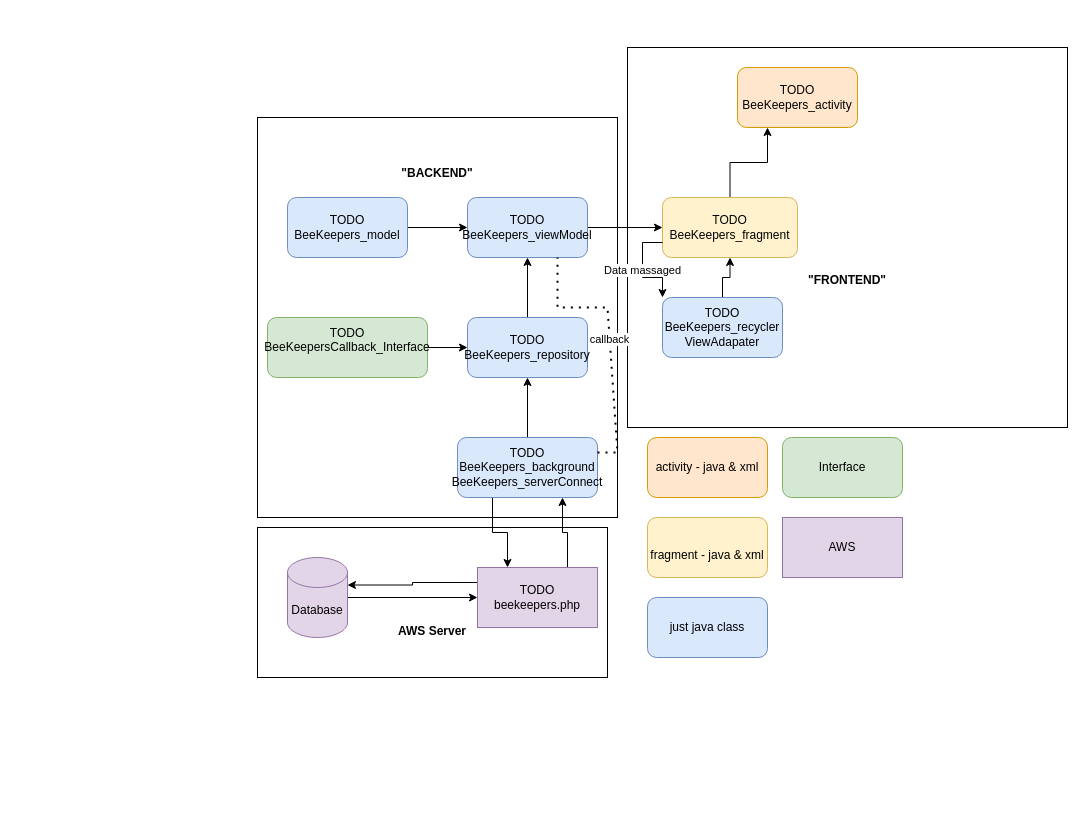
BenBladow/rw_android_uml keeps this draw.io diagram as page "BeeKeepers" (3 of 3) of Untitled Diagram.drawio. Above is the earlier version. Source tidied: cells renumbered, new cells numbered last; positions are measured from the earlier drawing's top-left corner, leaving out a move shared by most shapes. Both pictures are drawn from the tidied source at 100%, with x=0, y=0 at pixel (257, 47).
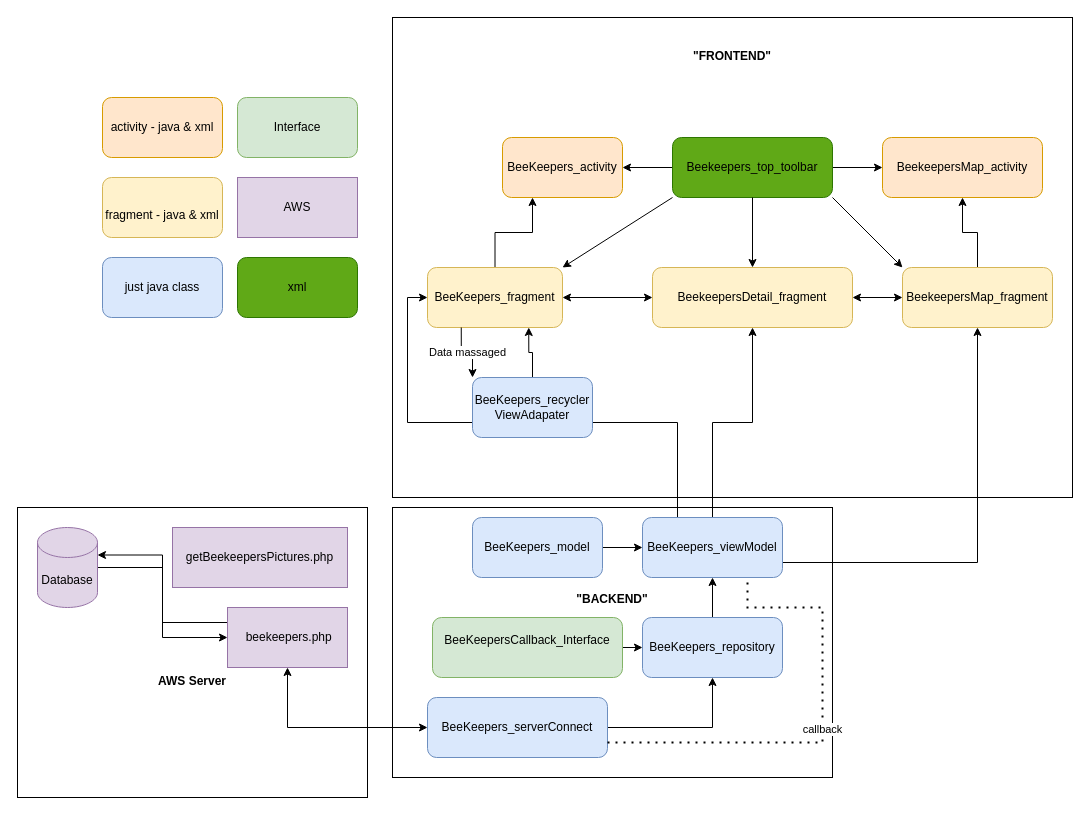
Above is the later version.

What changed in the source:
```diff
@@
-    <mxCell id="2" value="&lt;div&gt;&lt;br&gt;&lt;/div&gt;&lt;div&gt;&lt;br&gt;&lt;/div&gt;&lt;div&gt;&lt;br&gt;&lt;/div&gt;&lt;div&gt;&lt;br&gt;&lt;/div&gt;&lt;div&gt;&lt;br&gt;&lt;/div&gt;&lt;div&gt;&lt;br&gt;&lt;/div&gt;&lt;div&gt;&lt;b&gt;&quot;FRONTEND&quot;&lt;/b&gt;&lt;br&gt;&lt;/div&gt;" style="rounded=0;whiteSpace=wrap;html=1;" parent="1" vertex="1">
-      <mxGeometry x="370" width="440" height="380" as="geometry" />
+    <mxCell id="2" value="&lt;div&gt;&lt;b&gt;&quot;FRONTEND&quot;&lt;/b&gt;&lt;/div&gt;&lt;div&gt;&lt;b&gt;&lt;br&gt;&lt;/b&gt;&lt;/div&gt;&lt;div&gt;&lt;b&gt;&lt;br&gt;&lt;/b&gt;&lt;/div&gt;&lt;div&gt;&lt;b&gt;&lt;br&gt;&lt;/b&gt;&lt;/div&gt;&lt;div&gt;&lt;b&gt;&lt;br&gt;&lt;/b&gt;&lt;/div&gt;&lt;div&gt;&lt;b&gt;&lt;br&gt;&lt;/b&gt;&lt;/div&gt;&lt;div&gt;&lt;b&gt;&lt;br&gt;&lt;/b&gt;&lt;/div&gt;&lt;div&gt;&lt;b&gt;&lt;br&gt;&lt;/b&gt;&lt;/div&gt;&lt;div&gt;&lt;b&gt;&lt;br&gt;&lt;/b&gt;&lt;/div&gt;&lt;div&gt;&lt;b&gt;&lt;br&gt;&lt;/b&gt;&lt;/div&gt;&lt;div&gt;&lt;b&gt;&lt;br&gt;&lt;/b&gt;&lt;/div&gt;&lt;div&gt;&lt;b&gt;&lt;br&gt;&lt;/b&gt;&lt;/div&gt;&lt;div&gt;&lt;b&gt;&lt;br&gt;&lt;/b&gt;&lt;/div&gt;&lt;div&gt;&lt;b&gt;&lt;br&gt;&lt;/b&gt;&lt;/div&gt;&lt;div&gt;&lt;b&gt;&lt;br&gt;&lt;/b&gt;&lt;/div&gt;&lt;div&gt;&lt;b&gt;&lt;br&gt;&lt;/b&gt;&lt;/div&gt;&lt;div&gt;&lt;b&gt;&lt;br&gt;&lt;/b&gt;&lt;/div&gt;&lt;div&gt;&lt;b&gt;&lt;br&gt;&lt;/b&gt;&lt;/div&gt;&lt;div&gt;&lt;b&gt;&lt;br&gt;&lt;/b&gt;&lt;/div&gt;&lt;div&gt;&lt;b&gt;&lt;br&gt;&lt;/b&gt;&lt;/div&gt;&lt;div&gt;&lt;b&gt;&lt;br&gt;&lt;/b&gt;&lt;/div&gt;&lt;div&gt;&lt;b&gt;&lt;br&gt;&lt;/b&gt;&lt;/div&gt;&lt;div&gt;&lt;b&gt;&lt;br&gt;&lt;/b&gt;&lt;/div&gt;&lt;div&gt;&lt;b&gt;&lt;br&gt;&lt;/b&gt;&lt;/div&gt;&lt;div&gt;&lt;b&gt;&lt;br&gt;&lt;/b&gt;&lt;/div&gt;&lt;div&gt;&lt;b&gt;&lt;br&gt;&lt;/b&gt;&lt;/div&gt;&lt;div&gt;&lt;b&gt;&lt;br&gt;&lt;/b&gt;&lt;/div&gt;&lt;div&gt;&lt;b&gt;&lt;br&gt;&lt;/b&gt;&lt;/div&gt;&lt;div&gt;&lt;b&gt;&lt;br&gt;&lt;/b&gt;&lt;/div&gt;" style="rounded=0;whiteSpace=wrap;html=1;" parent="1" vertex="1">
+      <mxGeometry x="135" y="-30" width="680" height="480" as="geometry" />
     </mxCell>
-    <mxCell id="3" value="&lt;div&gt;&lt;b&gt;&quot;BACKEND&quot;&lt;br&gt;&lt;/b&gt;&lt;/div&gt;&lt;div&gt;&lt;b&gt;&lt;br&gt;&lt;/b&gt;&lt;/div&gt;&lt;div&gt;&lt;b&gt;&lt;br&gt;&lt;/b&gt;&lt;/div&gt;&lt;div&gt;&lt;b&gt;&lt;br&gt;&lt;/b&gt;&lt;/div&gt;&lt;div&gt;&lt;b&gt;&lt;br&gt;&lt;/b&gt;&lt;/div&gt;&lt;div&gt;&lt;b&gt;&lt;br&gt;&lt;/b&gt;&lt;/div&gt;&lt;div&gt;&lt;b&gt;&lt;br&gt;&lt;/b&gt;&lt;/div&gt;&lt;div&gt;&lt;b&gt;&lt;br&gt;&lt;/b&gt;&lt;/div&gt;&lt;div&gt;&lt;b&gt;&lt;br&gt;&lt;/b&gt;&lt;/div&gt;&lt;div&gt;&lt;b&gt;&lt;br&gt;&lt;/b&gt;&lt;/div&gt;&lt;div&gt;&lt;b&gt;&lt;br&gt;&lt;/b&gt;&lt;/div&gt;&lt;div&gt;&lt;b&gt;&lt;br&gt;&lt;/b&gt;&lt;/div&gt;&lt;div&gt;&lt;b&gt;&lt;br&gt;&lt;/b&gt;&lt;/div&gt;&lt;div&gt;&lt;b&gt;&lt;br&gt;&lt;/b&gt;&lt;/div&gt;&lt;div&gt;&lt;b&gt;&lt;br&gt;&lt;/b&gt;&lt;/div&gt;&lt;div&gt;&lt;b&gt;&lt;br&gt;&lt;/b&gt;&lt;/div&gt;&lt;div&gt;&lt;b&gt;&lt;br&gt;&lt;/b&gt;&lt;/div&gt;&lt;div&gt;&lt;b&gt;&lt;br&gt;&lt;/b&gt;&lt;/div&gt;&lt;div&gt;&lt;b&gt;&lt;br&gt;&lt;/b&gt;&lt;/div&gt;&lt;div&gt;&lt;b&gt;&lt;br&gt;&lt;/b&gt;&lt;/div&gt;&lt;div&gt;&lt;b&gt;&lt;br&gt;&lt;/b&gt;&lt;/div&gt;" style="rounded=0;whiteSpace=wrap;html=1;" parent="1" vertex="1">
-      <mxGeometry y="70" width="360" height="400" as="geometry" />
+    <mxCell id="3" value="&lt;b&gt;&quot;BACKEND&quot;&lt;br&gt;&lt;/b&gt;&lt;div&gt;&lt;b&gt;&lt;br&gt;&lt;/b&gt;&lt;/div&gt;&lt;div&gt;&lt;b&gt;&lt;br&gt;&lt;/b&gt;&lt;/div&gt;&lt;div&gt;&lt;b&gt;&lt;br&gt;&lt;/b&gt;&lt;/div&gt;&lt;div&gt;&lt;b&gt;&lt;br&gt;&lt;/b&gt;&lt;/div&gt;&lt;div&gt;&lt;b&gt;&lt;br&gt;&lt;/b&gt;&lt;/div&gt;&lt;div&gt;&lt;b&gt;&lt;br&gt;&lt;/b&gt;&lt;/div&gt;" style="rounded=0;whiteSpace=wrap;html=1;" parent="1" vertex="1">
+      <mxGeometry x="135" y="460" width="440" height="270" as="geometry" />
     </mxCell>
     <mxCell id="4" value="&lt;div&gt;&lt;br&gt;&lt;/div&gt;&lt;div&gt;&lt;br&gt;&lt;/div&gt;&lt;div&gt;&lt;br&gt;&lt;/div&gt;&lt;div&gt;&lt;br&gt;&lt;/div&gt;&lt;div&gt;&lt;b&gt;AWS Server&lt;/b&gt;&lt;br&gt;&lt;/div&gt;" style="rounded=0;whiteSpace=wrap;html=1;" parent="1" vertex="1">
-      <mxGeometry y="480" width="350" height="150" as="geometry" />
+      <mxGeometry x="-240" y="460" width="350" height="290" as="geometry" />
     </mxCell>
@@
-    <mxCell id="6" value="&lt;div&gt;TODO&lt;/div&gt;&lt;div&gt;BeeKeepers_model&lt;/div&gt;" style="rounded=1;whiteSpace=wrap;html=1;fillColor=#dae8fc;strokeColor=#6c8ebf;" parent="1" vertex="1">
-      <mxGeometry x="30" y="150" width="120" height="60" as="geometry" />
+    <mxCell id="6" value="&lt;div&gt;BeeKeepers_model&lt;/div&gt;" style="rounded=1;whiteSpace=wrap;html=1;fillColor=#dae8fc;strokeColor=#6c8ebf;" parent="1" vertex="1">
+      <mxGeometry x="215" y="470" width="130" height="60" as="geometry" />
     </mxCell>
-    <mxCell id="7" value="&lt;div&gt;TODO&lt;br&gt;&lt;/div&gt;&lt;div&gt;BeeKeepers_activity&lt;/div&gt;" style="rounded=1;whiteSpace=wrap;html=1;fillColor=#ffe6cc;strokeColor=#d79b00;" parent="1" vertex="1">
-      <mxGeometry x="480" y="20" width="120" height="60" as="geometry" />
+    <mxCell id="7" value="&lt;div&gt;BeeKeepers_activity&lt;/div&gt;" style="rounded=1;whiteSpace=wrap;html=1;fillColor=#ffe6cc;strokeColor=#d79b00;" parent="1" vertex="1">
+      <mxGeometry x="245" y="90" width="120" height="60" as="geometry" />
     </mxCell>
@@
-    <mxCell id="9" value="&lt;div&gt;TODO&lt;/div&gt;&lt;div&gt;BeeKeepers_fragment&lt;/div&gt;" style="rounded=1;whiteSpace=wrap;html=1;fillColor=#fff2cc;strokeColor=#d6b656;" parent="1" vertex="1">
-      <mxGeometry x="405" y="150" width="135" height="60" as="geometry" />
+    <mxCell id="9" value="BeeKeepers_fragment" style="rounded=1;whiteSpace=wrap;html=1;fillColor=#fff2cc;strokeColor=#d6b656;" parent="1" vertex="1">
+      <mxGeometry x="170" y="220" width="135" height="60" as="geometry" />
     </mxCell>
-    <mxCell id="10" style="edgeStyle=orthogonalEdgeStyle;rounded=0;jettySize=auto;html=1;exitX=1;exitY=0.5;exitDx=0;exitDy=0;entryX=0;entryY=0.5;entryDx=0;entryDy=0;" parent="1" edge="1" source="12" target="9">
+    <mxCell id="10" style="edgeStyle=orthogonalEdgeStyle;rounded=0;jettySize=auto;html=1;exitX=0.25;exitY=0;exitDx=0;exitDy=0;entryX=0;entryY=0.5;entryDx=0;entryDy=0;" parent="1" edge="1" source="12" target="9">
       <mxGeometry relative="1" as="geometry" />
     </mxCell>
-    <mxCell id="11" value="Data massaged" style="edgeStyle=orthogonalEdgeStyle;rounded=0;jettySize=auto;html=1;exitX=0;exitY=0.75;exitDx=0;exitDy=0;entryX=0;entryY=0;entryDx=0;entryDy=0;" parent="1" edge="1" source="9" target="16">
+    <mxCell id="11" value="Data massaged" style="edgeStyle=orthogonalEdgeStyle;rounded=0;jettySize=auto;html=1;exitX=0.25;exitY=1;exitDx=0;exitDy=0;entryX=0;entryY=0;entryDx=0;entryDy=0;" parent="1" edge="1" source="9" target="16">
       <mxGeometry relative="1" as="geometry" />
     </mxCell>
+    <mxCell id="33" style="edgeStyle=orthogonalEdgeStyle;rounded=0;jettySize=auto;html=1;exitX=1;exitY=0.75;exitDx=0;exitDy=0;fontColor=#000000;" parent="1" edge="1" source="12" target="38">
+      <mxGeometry relative="1" as="geometry" />
+    </mxCell>
+    <mxCell id="34" style="edgeStyle=orthogonalEdgeStyle;rounded=0;jettySize=auto;html=1;exitX=0.5;exitY=0;exitDx=0;exitDy=0;fontColor=#000000;" parent="1" edge="1" source="12" target="36">
+      <mxGeometry relative="1" as="geometry" />
+    </mxCell>
-    <mxCell id="12" value="&lt;div&gt;TODO&lt;/div&gt;&lt;div&gt;BeeKeepers_viewModel&lt;/div&gt;" style="rounded=1;whiteSpace=wrap;html=1;fillColor=#dae8fc;strokeColor=#6c8ebf;" parent="1" vertex="1">
-      <mxGeometry x="210" y="150" width="120" height="60" as="geometry" />
+    <mxCell id="12" value="&lt;div&gt;BeeKeepers_viewModel&lt;/div&gt;" style="rounded=1;whiteSpace=wrap;html=1;fillColor=#dae8fc;strokeColor=#6c8ebf;" parent="1" vertex="1">
+      <mxGeometry x="385" y="470" width="140" height="60" as="geometry" />
     </mxCell>
-    <mxCell id="13" style="edgeStyle=orthogonalEdgeStyle;rounded=0;jettySize=auto;html=1;exitX=0.5;exitY=0;exitDx=0;exitDy=0;entryX=0.5;entryY=1;entryDx=0;entryDy=0;" parent="1" edge="1" source="19" target="17">
+    <mxCell id="13" style="edgeStyle=orthogonalEdgeStyle;rounded=0;jettySize=auto;html=1;exitX=1;exitY=0.5;exitDx=0;exitDy=0;entryX=0.5;entryY=1;entryDx=0;entryDy=0;" parent="1" edge="1" source="19" target="17">
       <mxGeometry relative="1" as="geometry" />
     </mxCell>
@@
-    <mxCell id="15" style="edgeStyle=orthogonalEdgeStyle;rounded=0;jettySize=auto;html=1;exitX=0.5;exitY=0;exitDx=0;exitDy=0;entryX=0.5;entryY=1;entryDx=0;entryDy=0;" parent="1" edge="1" source="16" target="9">
+    <mxCell id="15" style="edgeStyle=orthogonalEdgeStyle;rounded=0;jettySize=auto;html=1;exitX=0.5;exitY=0;exitDx=0;exitDy=0;entryX=0.75;entryY=1;entryDx=0;entryDy=0;" parent="1" edge="1" source="16" target="9">
       <mxGeometry relative="1" as="geometry" />
     </mxCell>
-    <mxCell id="16" value="&lt;div&gt;TODO&lt;/div&gt;&lt;div&gt;BeeKeepers_recycler&lt;/div&gt;ViewAdapater" style="rounded=1;whiteSpace=wrap;html=1;fillColor=#dae8fc;strokeColor=#6c8ebf;" parent="1" vertex="1">
-      <mxGeometry x="405" y="250" width="120" height="60" as="geometry" />
+    <mxCell id="16" value="&lt;div&gt;BeeKeepers_recycler&lt;/div&gt;ViewAdapater" style="rounded=1;whiteSpace=wrap;html=1;fillColor=#dae8fc;strokeColor=#6c8ebf;" parent="1" vertex="1">
+      <mxGeometry x="215" y="330" width="120" height="60" as="geometry" />
     </mxCell>
-    <mxCell id="17" value="TODO&lt;br&gt;&lt;div&gt;BeeKeepers_repository&lt;/div&gt;" style="rounded=1;whiteSpace=wrap;html=1;fillColor=#dae8fc;strokeColor=#6c8ebf;" parent="1" vertex="1">
-      <mxGeometry x="210" y="270" width="120" height="60" as="geometry" />
+    <mxCell id="17" value="BeeKeepers_repository" style="rounded=1;whiteSpace=wrap;html=1;fillColor=#dae8fc;strokeColor=#6c8ebf;" parent="1" vertex="1">
+      <mxGeometry x="385" y="570" width="140" height="60" as="geometry" />
     </mxCell>
-    <mxCell id="18" style="edgeStyle=orthogonalEdgeStyle;rounded=0;jettySize=auto;html=1;exitX=0.25;exitY=1;exitDx=0;exitDy=0;entryX=0.25;entryY=0;entryDx=0;entryDy=0;" parent="1" edge="1" source="19" target="22">
-      <mxGeometry relative="1" as="geometry" />
-    </mxCell>
-    <mxCell id="19" value="&lt;div&gt;TODO BeeKeepers_background&lt;/div&gt;&lt;div&gt;BeeKeepers_serverConnect&lt;br&gt;&lt;/div&gt;" style="rounded=1;whiteSpace=wrap;html=1;fillColor=#dae8fc;strokeColor=#6c8ebf;" parent="1" vertex="1">
-      <mxGeometry x="200" y="390" width="140" height="60" as="geometry" />
+    <mxCell id="19" value="&lt;div&gt;BeeKeepers_serverConnect&lt;br&gt;&lt;/div&gt;" style="rounded=1;whiteSpace=wrap;html=1;fillColor=#dae8fc;strokeColor=#6c8ebf;" parent="1" vertex="1">
+      <mxGeometry x="170" y="650" width="180" height="60" as="geometry" />
     </mxCell>
@@
-    <mxCell id="21" style="edgeStyle=orthogonalEdgeStyle;rounded=0;jettySize=auto;html=1;exitX=0.75;exitY=0;exitDx=0;exitDy=0;entryX=0.75;entryY=1;entryDx=0;entryDy=0;" parent="1" edge="1" source="22" target="19">
-      <mxGeometry relative="1" as="geometry" />
-    </mxCell>
-    <mxCell id="22" value="TODO beekeepers.php" style="rounded=0;whiteSpace=wrap;html=1;fillColor=#e1d5e7;strokeColor=#9673a6;" parent="1" vertex="1">
-      <mxGeometry x="220" y="520" width="120" height="60" as="geometry" />
+    <mxCell id="22" value="&amp;nbsp;beekeepers.php" style="rounded=0;whiteSpace=wrap;html=1;fillColor=#e1d5e7;strokeColor=#9673a6;" parent="1" vertex="1">
+      <mxGeometry x="-30" y="560" width="120" height="60" as="geometry" />
     </mxCell>
@@
     <mxCell id="24" value="Database" style="shape=cylinder3;whiteSpace=wrap;html=1;boundedLbl=1;backgroundOutline=1;size=15;fillColor=#e1d5e7;strokeColor=#9673a6;" parent="1" vertex="1">
-      <mxGeometry x="30" y="510" width="60" height="80" as="geometry" />
+      <mxGeometry x="-220" y="480" width="60" height="80" as="geometry" />
     </mxCell>
@@
-    <mxCell id="26" value="&lt;div&gt;TODO&lt;/div&gt;&lt;div&gt;BeeKeepersCallback_Interface&lt;/div&gt;&lt;div&gt;&lt;br&gt;&lt;/div&gt;" style="rounded=1;whiteSpace=wrap;html=1;fillColor=#d5e8d4;strokeColor=#82b366;" parent="1" vertex="1">
-      <mxGeometry x="10" y="270" width="160" height="60" as="geometry" />
+    <mxCell id="26" value="&lt;div&gt;BeeKeepersCallback_Interface&lt;/div&gt;&lt;div&gt;&lt;br&gt;&lt;/div&gt;" style="rounded=1;whiteSpace=wrap;html=1;fillColor=#d5e8d4;strokeColor=#82b366;" parent="1" vertex="1">
+      <mxGeometry x="175" y="570" width="190" height="60" as="geometry" />
     </mxCell>
     <mxCell id="27" value="activity - java &amp;amp; xml" style="rounded=1;whiteSpace=wrap;html=1;fillColor=#ffe6cc;strokeColor=#d79b00;" parent="1" vertex="1">
-      <mxGeometry x="390" y="390" width="120" height="60" as="geometry" />
+      <mxGeometry x="-155" y="50" width="120" height="60" as="geometry" />
     </mxCell>
     <mxCell id="28" value="&lt;br&gt;fragment - java &amp;amp; xml&lt;br&gt;" style="rounded=1;whiteSpace=wrap;html=1;fillColor=#fff2cc;strokeColor=#d6b656;" parent="1" vertex="1">
-      <mxGeometry x="390" y="470" width="120" height="60" as="geometry" />
+      <mxGeometry x="-155" y="130" width="120" height="60" as="geometry" />
     </mxCell>
     <mxCell id="29" value="just java class" style="rounded=1;whiteSpace=wrap;html=1;fillColor=#dae8fc;strokeColor=#6c8ebf;" parent="1" vertex="1">
-      <mxGeometry x="390" y="550" width="120" height="60" as="geometry" />
+      <mxGeometry x="-155" y="210" width="120" height="60" as="geometry" />
     </mxCell>
     <mxCell id="30" value="Interface" style="rounded=1;whiteSpace=wrap;html=1;fillColor=#d5e8d4;strokeColor=#82b366;" parent="1" vertex="1">
-      <mxGeometry x="525" y="390" width="120" height="60" as="geometry" />
+      <mxGeometry x="-20" y="50" width="120" height="60" as="geometry" />
     </mxCell>
     <mxCell id="31" value="AWS" style="rounded=0;whiteSpace=wrap;html=1;fillColor=#e1d5e7;strokeColor=#9673a6;" parent="1" vertex="1">
-      <mxGeometry x="525" y="470" width="120" height="60" as="geometry" />
+      <mxGeometry x="-20" y="130" width="120" height="60" as="geometry" />
     </mxCell>
-    <mxCell id="32" value="callback" style="endArrow=none;dashed=1;html=1;dashPattern=1 3;strokeWidth=2;rounded=0;exitX=1;exitY=0.25;exitDx=0;exitDy=0;entryX=0.75;entryY=1;entryDx=0;entryDy=0;" parent="1" edge="1" source="19" target="12">
+    <mxCell id="32" value="callback" style="endArrow=none;dashed=1;html=1;dashPattern=1 3;strokeWidth=2;rounded=0;exitX=1;exitY=0.75;exitDx=0;exitDy=0;entryX=0.75;entryY=1;entryDx=0;entryDy=0;" parent="1" edge="1" source="19" target="12">
       <mxGeometry relative="1" as="geometry">
         <Array as="points">
-          <mxPoint x="360" y="405" />
-          <mxPoint x="350" y="260" />
-          <mxPoint x="300" y="260" />
+          <mxPoint x="565" y="695" />
+          <mxPoint x="565" y="650" />
+          <mxPoint x="565" y="560" />
+          <mxPoint x="490" y="560" />
         </Array>
       </mxGeometry>
     </mxCell>
+    <mxCell id="35" value="&lt;div&gt;BeekeepersMap_activity&lt;/div&gt;" style="rounded=1;whiteSpace=wrap;html=1;fillColor=#ffe6cc;strokeColor=#d79b00;" parent="1" vertex="1">
+      <mxGeometry x="625" y="90" width="160" height="60" as="geometry" />
+    </mxCell>
+    <mxCell id="36" value="BeekeepersDetail_fragment" style="rounded=1;whiteSpace=wrap;html=1;fillColor=#fff2cc;strokeColor=#d6b656;" parent="1" vertex="1">
+      <mxGeometry x="395" y="220" width="200" height="60" as="geometry" />
+    </mxCell>
+    <mxCell id="37" style="edgeStyle=orthogonalEdgeStyle;rounded=0;jettySize=auto;html=1;exitX=0.5;exitY=0;exitDx=0;exitDy=0;fontColor=#000000;" parent="1" edge="1" source="38" target="35">
+      <mxGeometry relative="1" as="geometry" />
+    </mxCell>
+    <mxCell id="38" value="BeekeepersMap_fragment" style="rounded=1;whiteSpace=wrap;html=1;fillColor=#fff2cc;strokeColor=#d6b656;" parent="1" vertex="1">
+      <mxGeometry x="645" y="220" width="150" height="60" as="geometry" />
+    </mxCell>
+    <mxCell id="39" value="&lt;font color=&quot;#000000&quot;&gt;xml&lt;/font&gt;" style="rounded=1;whiteSpace=wrap;html=1;fillColor=#60a917;strokeColor=#2D7600;fontColor=#ffffff;" parent="1" vertex="1">
+      <mxGeometry x="-20" y="210" width="120" height="60" as="geometry" />
+    </mxCell>
+    <mxCell id="40" style="edgeStyle=orthogonalEdgeStyle;rounded=0;jettySize=auto;html=1;exitX=1;exitY=0.5;exitDx=0;exitDy=0;fontColor=#000000;" parent="1" edge="1" source="42" target="35">
+      <mxGeometry relative="1" as="geometry" />
+    </mxCell>
+    <mxCell id="41" style="edgeStyle=orthogonalEdgeStyle;rounded=0;jettySize=auto;html=1;exitX=0;exitY=0.5;exitDx=0;exitDy=0;fontColor=#000000;" parent="1" edge="1" source="42" target="7">
+      <mxGeometry relative="1" as="geometry" />
+    </mxCell>
+    <mxCell id="42" value="&lt;font color=&quot;#000000&quot;&gt;Beekeepers_top_toolbar&lt;br&gt;&lt;/font&gt;" style="rounded=1;whiteSpace=wrap;html=1;fillColor=#60a917;strokeColor=#2D7600;fontColor=#ffffff;" parent="1" vertex="1">
+      <mxGeometry x="415" y="90" width="160" height="60" as="geometry" />
+    </mxCell>
+    <mxCell id="43" style="endArrow=classic;startArrow=classic;html=1;rounded=0;fontColor=#000000;entryX=0;entryY=0.5;entryDx=0;entryDy=0;" parent="1" edge="1" source="9" target="36">
+      <mxGeometry relative="1" as="geometry" />
+    </mxCell>
+    <mxCell id="44" style="endArrow=classic;startArrow=classic;html=1;rounded=0;fontColor=#000000;entryX=0;entryY=0.5;entryDx=0;entryDy=0;" parent="1" edge="1" source="36" target="38">
+      <mxGeometry relative="1" as="geometry" />
+    </mxCell>
+    <mxCell id="45" style="endArrow=classic;html=1;rounded=0;fontColor=#000000;exitX=0;exitY=1;exitDx=0;exitDy=0;entryX=1;entryY=0;entryDx=0;entryDy=0;" parent="1" edge="1" source="42" target="9">
+      <mxGeometry relative="1" as="geometry" />
+    </mxCell>
+    <mxCell id="46" style="endArrow=classic;html=1;rounded=0;fontColor=#000000;exitX=1;exitY=1;exitDx=0;exitDy=0;entryX=0;entryY=0;entryDx=0;entryDy=0;" parent="1" edge="1" source="42" target="38">
+      <mxGeometry relative="1" as="geometry" />
+    </mxCell>
+    <mxCell id="47" style="endArrow=classic;html=1;rounded=0;fontColor=#000000;exitX=0.5;exitY=1;exitDx=0;exitDy=0;" parent="1" edge="1" source="42" target="36">
+      <mxGeometry relative="1" as="geometry" />
+    </mxCell>
+    <mxCell id="21" style="endArrow=classic;startArrow=classic;html=1;rounded=0;fontColor=#000000;entryX=0;entryY=0.5;entryDx=0;entryDy=0;" parent="1" edge="1" source="22" target="19">
+      <mxGeometry relative="1" as="geometry">
+        <Array as="points">
+          <mxPoint x="30" y="680" />
+        </Array>
+      </mxGeometry>
+    </mxCell>
+    <mxCell id="48" value="getBeekeepersPictures.php" style="rounded=0;whiteSpace=wrap;html=1;fillColor=#e1d5e7;strokeColor=#9673a6;" parent="1" vertex="1">
+      <mxGeometry x="-85" y="480" width="175" height="60" as="geometry" />
+    </mxCell>
```
